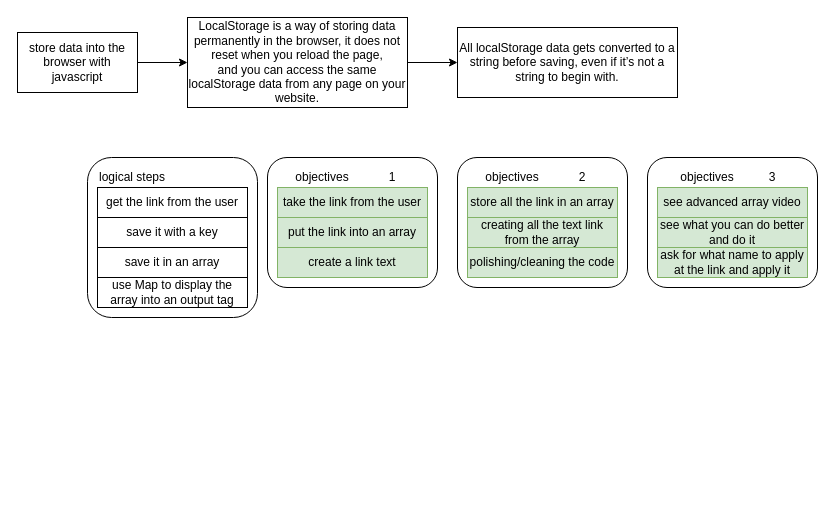
This is data_storage.drawio from gabrieleboccarusso/startpage, a draw.io file, before an edit. Source tidied: cells renumbered, new cells numbered last; positions are measured from the earlier drawing's top-left corner, leaving out a move shared by most shapes. Both pictures are drawn from the tidied source at 100%, with x=0, y=0 at pixel (17, 17).
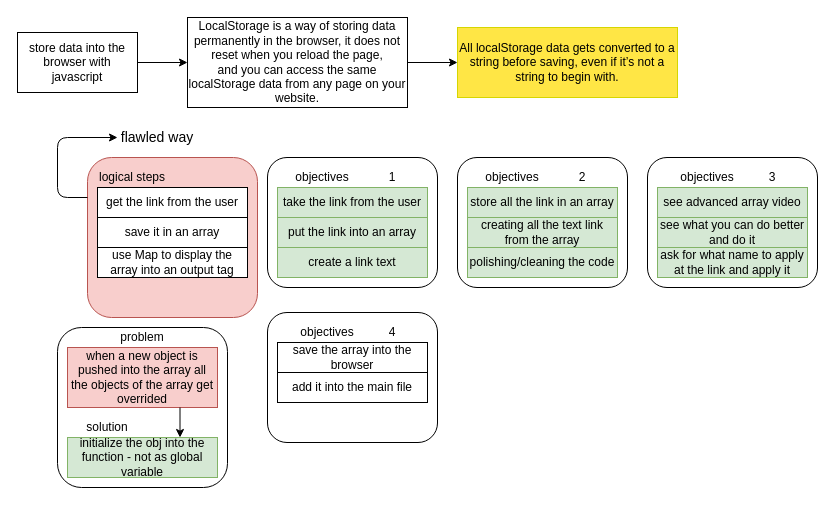
After the change.

Commit message (it also covers changes not shown here):
risolved bug that made all the objs in the array the same

What changed in the source:
```diff
@@
-    <mxCell id="2" style="rounded=1;whiteSpace=wrap;html=1;" parent="1" vertex="1">
+    <mxCell id="2" style="rounded=1;whiteSpace=wrap;html=1;fillColor=#f8cecc;strokeColor=#b85450;" parent="1" vertex="1">
       <mxGeometry x="70" y="140" width="170" height="160" as="geometry" />
     </mxCell>
@@
-    <mxCell id="7" value="All localStorage data gets converted to a string before saving, even if it’s not a string to begin with." style="rounded=0;whiteSpace=wrap;html=1;" parent="1" vertex="1">
+    <mxCell id="7" value="All localStorage data gets converted to a string before saving, even if it’s not a string to begin with." style="rounded=0;whiteSpace=wrap;html=1;strokeColor=#D6D600;fillColor=#FFE645;" parent="1" vertex="1">
       <mxGeometry x="440" y="10" width="220" height="70" as="geometry" />
     </mxCell>
@@
-    <mxCell id="9" value="save it with a key" style="rounded=0;whiteSpace=wrap;html=1;" parent="1" vertex="1">
-      <mxGeometry x="80" y="200" width="150" height="30" as="geometry" />
-    </mxCell>
     <mxCell id="10" value="save it in an array" style="rounded=0;whiteSpace=wrap;html=1;" parent="1" vertex="1">
-      <mxGeometry x="80" y="230" width="150" height="30" as="geometry" />
+      <mxGeometry x="80" y="200" width="150" height="30" as="geometry" />
     </mxCell>
     <mxCell id="11" value="use Map to display the array into an output tag" style="rounded=0;whiteSpace=wrap;html=1;" parent="1" vertex="1">
-      <mxGeometry x="80" y="260" width="150" height="30" as="geometry" />
+      <mxGeometry x="80" y="230" width="150" height="30" as="geometry" />
     </mxCell>
@@
+    <mxCell id="31" style="rounded=1;whiteSpace=wrap;html=1;" parent="1" vertex="1">
+      <mxGeometry x="40" y="310" width="170" height="160" as="geometry" />
+    </mxCell>
+    <mxCell id="32" value="problem" style="text;html=1;strokeColor=none;fillColor=none;align=center;verticalAlign=middle;whiteSpace=wrap;rounded=0;" parent="1" vertex="1">
+      <mxGeometry x="85" y="310" width="80" height="20" as="geometry" />
+    </mxCell>
+    <mxCell id="33" value="when a new object is pushed into the array all the objects of the array get overrided" style="rounded=0;whiteSpace=wrap;html=1;fillColor=#f8cecc;strokeColor=#b85450;" parent="1" vertex="1">
+      <mxGeometry x="50" y="330" width="150" height="60" as="geometry" />
+    </mxCell>
+    <mxCell id="34" value="initialize the obj into the function - not as global variable" style="rounded=0;whiteSpace=wrap;html=1;fillColor=#d5e8d4;strokeColor=#82b366;" parent="1" vertex="1">
+      <mxGeometry x="50" y="420" width="150" height="40" as="geometry" />
+    </mxCell>
+    <mxCell id="35" style="endArrow=classic;html=1;exitX=0.75;exitY=1;exitDx=0;exitDy=0;entryX=0.75;entryY=0;entryDx=0;entryDy=0;" parent="1" edge="1" source="33" target="34">
+      <mxGeometry relative="1" as="geometry" />
+    </mxCell>
+    <mxCell id="36" value="solution" style="text;html=1;strokeColor=none;fillColor=none;align=center;verticalAlign=middle;whiteSpace=wrap;rounded=0;" parent="1" vertex="1">
+      <mxGeometry x="50" y="400" width="80" height="20" as="geometry" />
+    </mxCell>
+    <mxCell id="37" style="rounded=1;whiteSpace=wrap;html=1;" parent="1" vertex="1">
+      <mxGeometry x="250" y="295" width="170" height="130" as="geometry" />
+    </mxCell>
+    <mxCell id="38" value="objectives" style="text;html=1;strokeColor=none;fillColor=none;align=center;verticalAlign=middle;whiteSpace=wrap;rounded=0;" parent="1" vertex="1">
+      <mxGeometry x="270" y="305" width="80" height="20" as="geometry" />
+    </mxCell>
+    <mxCell id="39" value="save the array into the browser" style="rounded=0;whiteSpace=wrap;html=1;" parent="1" vertex="1">
+      <mxGeometry x="260" y="325" width="150" height="30" as="geometry" />
+    </mxCell>
+    <mxCell id="40" value="4" style="text;html=1;strokeColor=none;fillColor=none;align=center;verticalAlign=middle;whiteSpace=wrap;rounded=0;" parent="1" vertex="1">
+      <mxGeometry x="340" y="305" width="70" height="20" as="geometry" />
+    </mxCell>
+    <mxCell id="41" style="endArrow=classic;html=1;exitX=0;exitY=0.25;exitDx=0;exitDy=0;entryX=0;entryY=0.5;entryDx=0;entryDy=0;" parent="1" edge="1" source="2" target="42">
+      <mxGeometry relative="1" as="geometry">
+        <Array as="points">
+          <mxPoint x="40" y="180" />
+          <mxPoint x="40" y="120" />
+        </Array>
+      </mxGeometry>
+    </mxCell>
+    <mxCell id="42" value="&lt;font style=&quot;font-size: 14px&quot;&gt;flawled way&lt;/font&gt;" style="text;html=1;strokeColor=none;fillColor=none;align=center;verticalAlign=middle;whiteSpace=wrap;rounded=0;" parent="1" vertex="1">
+      <mxGeometry x="100" y="110" width="80" height="20" as="geometry" />
+    </mxCell>
+    <mxCell id="43" value="add it into the main file" style="rounded=0;whiteSpace=wrap;html=1;" parent="1" vertex="1">
+      <mxGeometry x="260" y="355" width="150" height="30" as="geometry" />
+    </mxCell>
```
